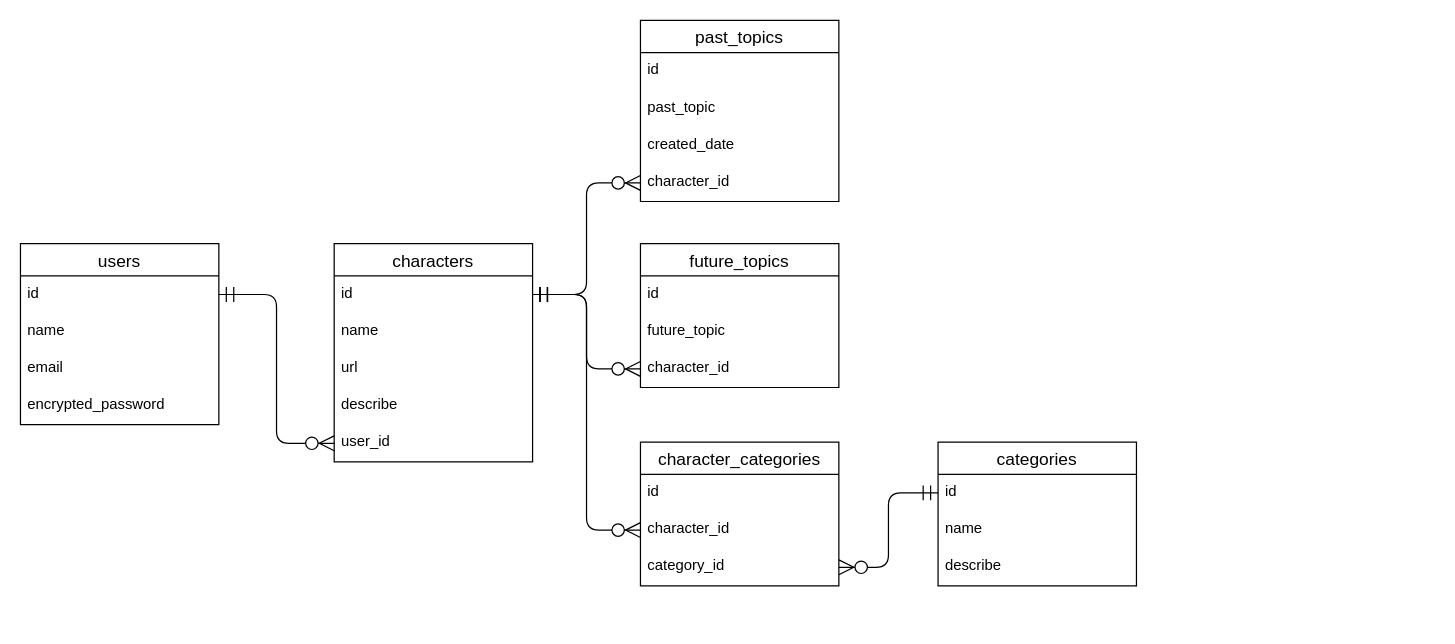
Above: tables.drawio in yoma2003/topic_stocker (draw.io), before the change. Source tidied: cells renumbered, new cells numbered last; positions are measured from the earlier drawing's top-left corner, leaving out a move shared by most shapes. Both pictures are drawn from the tidied source at 124%, with x=0, y=0 at pixel (20, 20).
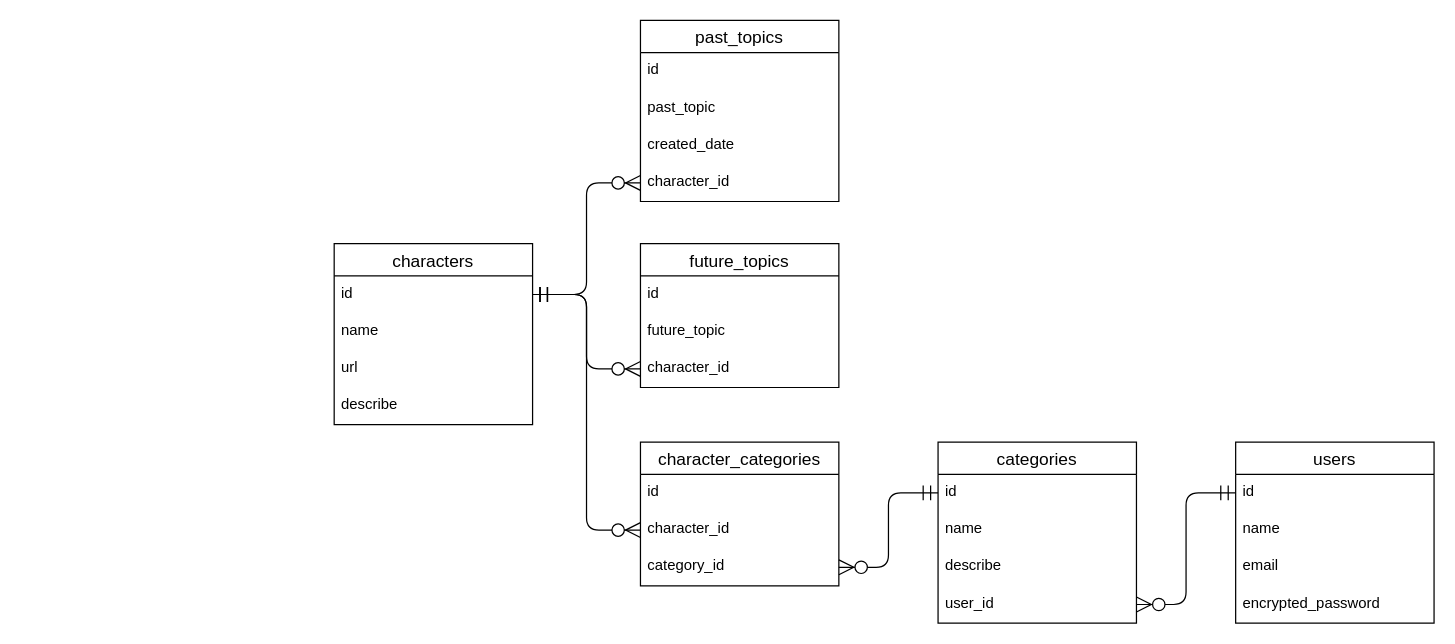
The same page after the edit.

Unchanged cells that the change refers to:
```xml
<mxCell id="3" value="id " style="text;strokeColor=none;fillColor=none;spacingLeft=4;spacingRight=4;overflow=hidden;points=[[0,0.5],[1,0.5]];portConstraint=eastwest;fontSize=12;" parent="2" vertex="1">
  <mxGeometry y="26" width="160" height="30" as="geometry" />
</mxCell>
```

The edit, as a diff of the source:
```diff
@@
     <mxCell id="2" value="users" style="swimlane;fontStyle=0;horizontal=1;startSize=26;align=center;fontSize=14;" parent="1" vertex="1">
-      <mxGeometry y="180" width="160" height="146" as="geometry" />
+      <mxGeometry x="980" y="340" width="160" height="146" as="geometry" />
     </mxCell>
@@
     <mxCell id="7" value="characters" style="swimlane;fontStyle=0;horizontal=1;startSize=26;align=center;fontSize=14;" parent="1" vertex="1">
-      <mxGeometry x="253" y="180" width="160" height="176" as="geometry" />
+      <mxGeometry x="253" y="180" width="160" height="146" as="geometry" />
     </mxCell>
@@
-    <mxCell id="12" value="user_id" style="text;strokeColor=none;fillColor=none;spacingLeft=4;spacingRight=4;overflow=hidden;points=[[0,0.5],[1,0.5]];portConstraint=eastwest;fontSize=12;" parent="7" vertex="1">
-      <mxGeometry y="146" width="160" height="30" as="geometry" />
-    </mxCell>
@@
     <mxCell id="22" value="categories" style="swimlane;fontStyle=0;horizontal=1;startSize=26;align=center;fontSize=14;" parent="1" vertex="1">
-      <mxGeometry x="740" y="340" width="160" height="116" as="geometry" />
+      <mxGeometry x="740" y="340" width="160" height="146" as="geometry" />
     </mxCell>
@@
+    <mxCell id="12" value="user_id" style="text;strokeColor=none;fillColor=none;spacingLeft=4;spacingRight=4;overflow=hidden;points=[[0,0.5],[1,0.5]];portConstraint=eastwest;fontSize=12;" parent="22" vertex="1">
+      <mxGeometry y="116" width="160" height="30" as="geometry" />
+    </mxCell>
@@
-    <mxCell id="30" style="edgeStyle=orthogonalEdgeStyle;fontSize=12;html=1;endArrow=ERzeroToMany;startArrow=ERmandOne;exitX=1;exitY=0.5;exitDx=0;exitDy=0;entryX=0;entryY=0.5;entryDx=0;entryDy=0;endSize=10;startSize=10;" parent="1" edge="1" source="3" target="12">
-      <mxGeometry relative="1" as="geometry" />
-    </mxCell>
@@
+    <mxCell id="30" style="edgeStyle=orthogonalEdgeStyle;fontSize=12;html=1;endArrow=ERzeroToMany;startArrow=ERmandOne;exitX=0;exitY=0.5;exitDx=0;exitDy=0;entryX=1;entryY=0.5;entryDx=0;entryDy=0;endSize=10;startSize=10;" parent="1" edge="1" source="3" target="12">
+      <mxGeometry relative="1" as="geometry" />
+    </mxCell>
```
